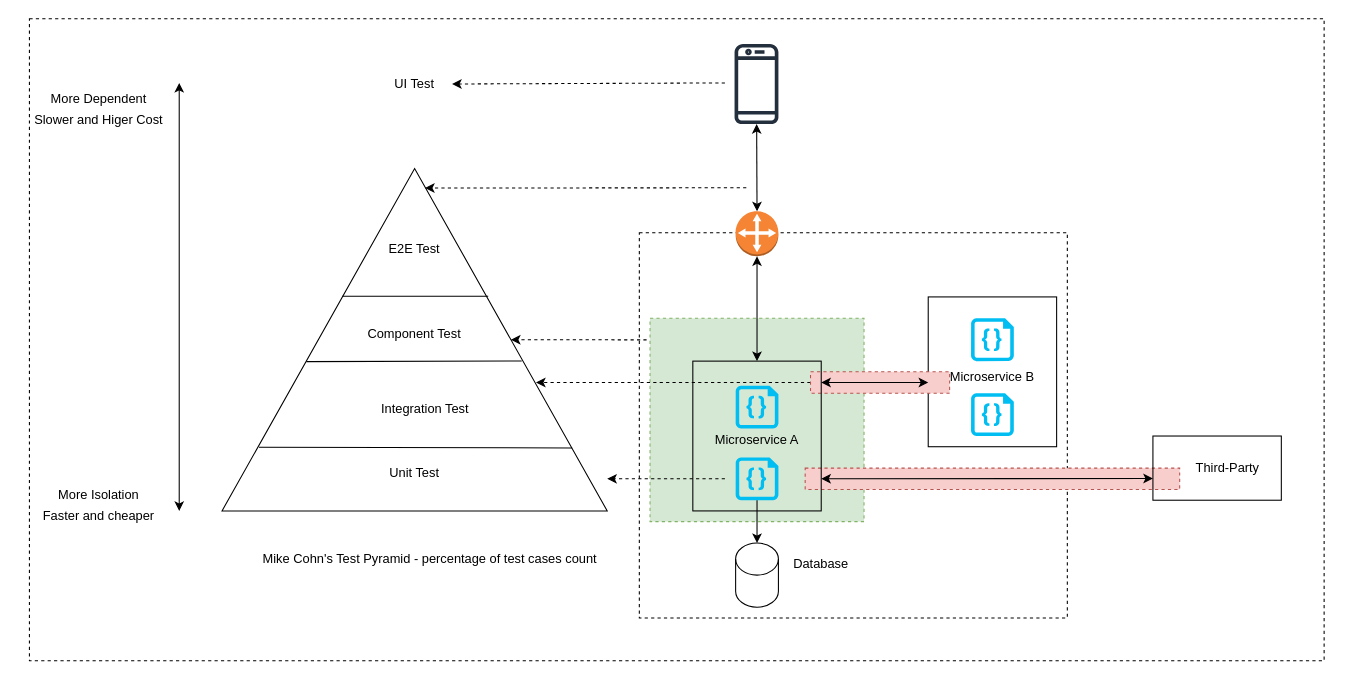
Earlier version of the draw.io diagram page "test levels in microservice testing" (3 of 4) of images/microservice-testing.drawio (josdoaitran/microservices-everything). Source tidied: cells renumbered, new cells numbered last; positions are measured from the earlier drawing's top-left corner, leaving out a move shared by most shapes. Both pictures are drawn from the tidied source at 107%, with x=0, y=0 at pixel (18, 18).
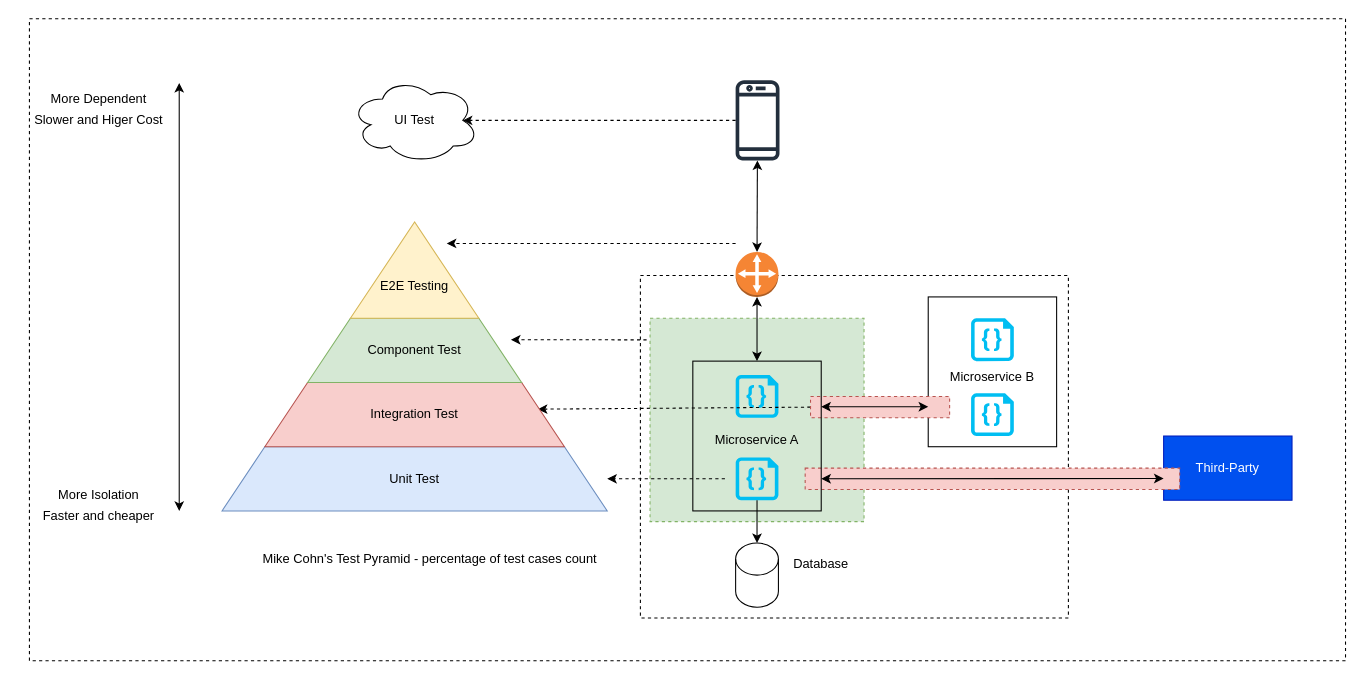
The same diagram, later.

Unchanged cells that the change refers to:
```xml
<mxCell id="4" style="rounded=0;whiteSpace=wrap;html=1;fillColor=#d5e8d4;dashed=1;strokeColor=#82b366;" parent="1" vertex="1">
  <mxGeometry x="590" y="280" width="200" height="190" as="geometry" />
</mxCell>
```

The edit, as a diff of the source:
```diff
@@
     <mxCell id="2" style="rounded=0;whiteSpace=wrap;html=1;dashed=1;fillColor=default;" parent="1" vertex="1">
-      <mxGeometry x="10" width="1210" height="600" as="geometry" />
+      <mxGeometry x="10" width="1230" height="600" as="geometry" />
     </mxCell>
     <mxCell id="3" style="rounded=0;whiteSpace=wrap;html=1;dashed=1;fillColor=none;" parent="1" vertex="1">
-      <mxGeometry x="580" y="200" width="400" height="360" as="geometry" />
+      <mxGeometry x="581" y="240" width="400" height="320" as="geometry" />
     </mxCell>
@@
-    <mxCell id="5" style="triangle;whiteSpace=wrap;html=1;rotation=-90;" parent="1" vertex="1">
-      <mxGeometry x="210" y="120" width="320" height="360" as="geometry" />
-    </mxCell>
-    <mxCell id="6" style="endArrow=none;html=1;exitX=0.186;exitY=0.096;exitDx=0;exitDy=0;exitPerimeter=0;entryX=0.184;entryY=0.909;entryDx=0;entryDy=0;entryPerimeter=0;" parent="1" edge="1" source="5" target="5">
-      <mxGeometry relative="1" as="geometry" />
-    </mxCell>
-    <mxCell id="7" style="endArrow=none;html=1;exitX=0.627;exitY=0.312;exitDx=0;exitDy=0;exitPerimeter=0;entryX=0.627;entryY=0.691;entryDx=0;entryDy=0;entryPerimeter=0;" parent="1" edge="1" source="5" target="5">
-      <mxGeometry relative="1" as="geometry" />
-    </mxCell>
-    <mxCell id="8" value="Unit Test" style="text;html=1;strokeColor=none;fillColor=none;align=center;verticalAlign=middle;whiteSpace=wrap;rounded=0;" parent="1" vertex="1">
-      <mxGeometry x="340" y="410" width="60" height="30" as="geometry" />
-    </mxCell>
-    <mxCell id="9" value="Integration Test" style="text;html=1;strokeColor=none;fillColor=none;align=center;verticalAlign=middle;whiteSpace=wrap;rounded=0;" parent="1" vertex="1">
-      <mxGeometry x="330" y="350" width="100" height="30" as="geometry" />
-    </mxCell>
-    <mxCell id="10" value="E2E Test" style="text;html=1;strokeColor=none;fillColor=none;align=center;verticalAlign=middle;whiteSpace=wrap;rounded=0;" parent="1" vertex="1">
-      <mxGeometry x="320" y="200" width="100" height="30" as="geometry" />
-    </mxCell>
-    <mxCell id="11" value="UI Test" style="text;html=1;strokeColor=none;fillColor=none;align=center;verticalAlign=middle;whiteSpace=wrap;rounded=0;" parent="1" vertex="1">
-      <mxGeometry x="335" y="46" width="70" height="30" as="geometry" />
-    </mxCell>
@@
-    <mxCell id="18" style="endArrow=none;html=1;exitX=0.436;exitY=0.219;exitDx=0;exitDy=0;exitPerimeter=0;entryX=0.438;entryY=0.778;entryDx=0;entryDy=0;entryPerimeter=0;" parent="1" edge="1" source="5" target="5">
-      <mxGeometry relative="1" as="geometry" />
-    </mxCell>
-    <mxCell id="19" value="Component Test" style="text;html=1;strokeColor=none;fillColor=none;align=center;verticalAlign=middle;whiteSpace=wrap;rounded=0;" parent="1" vertex="1">
-      <mxGeometry x="320" y="280" width="100" height="30" as="geometry" />
-    </mxCell>
@@
     <mxCell id="25" style="verticalLabelPosition=bottom;html=1;verticalAlign=top;align=center;strokeColor=none;fillColor=#00BEF2;shape=mxgraph.azure.code_file;" parent="1" vertex="1">
-      <mxGeometry x="670" y="343" width="40" height="40" as="geometry" />
+      <mxGeometry x="670" y="333" width="40" height="40" as="geometry" />
     </mxCell>
@@
-    <mxCell id="29" style="endArrow=classic;html=1;dashed=1;entryX=0.5;entryY=1;entryDx=0;entryDy=0;exitX=-0.016;exitY=0.106;exitDx=0;exitDy=0;exitPerimeter=0;" parent="1" edge="1" source="4" target="5">
-      <mxGeometry relative="1" as="geometry" />
+    <mxCell id="29" style="endArrow=classic;html=1;dashed=1;entryX=0.5;entryY=1;entryDx=0;entryDy=0;exitX=-0.016;exitY=0.106;exitDx=0;exitDy=0;exitPerimeter=0;" parent="1" edge="1" source="4">
+      <mxGeometry relative="1" as="geometry">
+        <mxPoint x="460" y="300" as="targetPoint" />
+      </mxGeometry>
     </mxCell>
-    <mxCell id="30" value="Third-Party" style="text;html=1;strokeColor=none;fillColor=none;align=center;verticalAlign=middle;whiteSpace=wrap;rounded=0;" parent="1" vertex="1">
-      <mxGeometry x="1080" y="405" width="100" height="30" as="geometry" />
-    </mxCell>
-    <mxCell id="31" style="endArrow=classic;html=1;exitX=0;exitY=0.5;exitDx=0;exitDy=0;entryX=0.375;entryY=0.815;entryDx=0;entryDy=0;entryPerimeter=0;dashed=1;" parent="1" edge="1" source="40" target="5">
+    <mxCell id="31" style="endArrow=classic;html=1;exitX=0;exitY=0.5;exitDx=0;exitDy=0;entryX=0.911;entryY=0.415;entryDx=0;entryDy=0;entryPerimeter=0;dashed=1;" parent="1" edge="1" source="40" target="9">
       <mxGeometry relative="1" as="geometry" />
     </mxCell>
     <mxCell id="32" style="outlineConnect=0;dashed=0;verticalLabelPosition=bottom;verticalAlign=top;align=center;html=1;shape=mxgraph.aws3.customer_gateway;fillColor=#F58534;gradientColor=none;" parent="1" vertex="1">
-      <mxGeometry x="670" y="180" width="40" height="42" as="geometry" />
+      <mxGeometry x="670" y="218" width="40" height="42" as="geometry" />
     </mxCell>
     <mxCell id="33" style="sketch=0;outlineConnect=0;fontColor=#232F3E;gradientColor=none;fillColor=#232F3D;strokeColor=none;dashed=0;verticalLabelPosition=bottom;verticalAlign=top;align=center;html=1;fontSize=12;fontStyle=0;shape=mxgraph.aws4.mobile_client;" parent="1" vertex="1">
-      <mxGeometry x="669" y="22" width="41" height="78" as="geometry" />
+      <mxGeometry x="670" y="56" width="41" height="78" as="geometry" />
     </mxCell>
@@
-    <mxCell id="36" style="endArrow=classic;html=1;entryX=0.943;entryY=0.527;entryDx=0;entryDy=0;entryPerimeter=0;dashed=1;" parent="1" edge="1" target="5">
+    <mxCell id="36" style="endArrow=classic;html=1;dashed=1;" parent="1" edge="1">
       <mxGeometry relative="1" as="geometry">
-        <mxPoint x="680" y="158" as="sourcePoint" />
+        <mxPoint x="670" y="210" as="sourcePoint" />
+        <mxPoint x="400" y="210" as="targetPoint" />
       </mxGeometry>
     </mxCell>
-    <mxCell id="37" style="endArrow=classic;html=1;entryX=1;entryY=0.5;entryDx=0;entryDy=0;dashed=1;" parent="1" edge="1" target="11">
-      <mxGeometry relative="1" as="geometry">
-        <mxPoint x="660" y="60" as="sourcePoint" />
-      </mxGeometry>
+    <mxCell id="37" style="endArrow=classic;html=1;entryX=0.875;entryY=0.5;entryDx=0;entryDy=0;dashed=1;entryPerimeter=0;" parent="1" edge="1" source="33" target="11">
+      <mxGeometry relative="1" as="geometry" />
     </mxCell>
@@
     <mxCell id="40" style="rounded=0;whiteSpace=wrap;html=1;fillColor=#f8cecc;dashed=1;strokeColor=#b85450;" parent="1" vertex="1">
-      <mxGeometry x="740" y="330" width="130" height="20" as="geometry" />
+      <mxGeometry x="740" y="353" width="130" height="20" as="geometry" />
     </mxCell>
     <mxCell id="41" style="edgeStyle=none;html=1;startArrow=classic;startFill=1;" parent="1" edge="1">
       <mxGeometry relative="1" as="geometry">
-        <mxPoint x="750" y="340" as="sourcePoint" />
-        <mxPoint x="850" y="340" as="targetPoint" />
+        <mxPoint x="750" y="362.6" as="sourcePoint" />
+        <mxPoint x="850" y="362.6" as="targetPoint" />
       </mxGeometry>
     </mxCell>
+    <mxCell id="44" value="Third-Party" style="rounded=0;whiteSpace=wrap;html=1;fillColor=#0050ef;fontColor=#ffffff;strokeColor=#001DBC;" parent="1" vertex="1">
+      <mxGeometry x="1070" y="390" width="120" height="60" as="geometry" />
+    </mxCell>
@@
+    <mxCell id="45" style="rounded=0;whiteSpace=wrap;html=1;fillColor=none;" parent="1" vertex="1">
+      <mxGeometry x="630" y="320" width="120" height="140" as="geometry" />
+    </mxCell>
+    <mxCell id="8" value="Unit Test" style="shape=trapezoid;perimeter=trapezoidPerimeter;whiteSpace=wrap;html=1;fixedSize=1;fillColor=#dae8fc;strokeColor=#6c8ebf;size=40;" parent="1" vertex="1">
+      <mxGeometry x="190" y="400" width="360" height="60" as="geometry" />
+    </mxCell>
+    <mxCell id="9" value="Integration Test" style="shape=trapezoid;perimeter=trapezoidPerimeter;whiteSpace=wrap;html=1;fixedSize=1;fillColor=#f8cecc;strokeColor=#b85450;size=40;" parent="1" vertex="1">
+      <mxGeometry x="230" y="340" width="280" height="60" as="geometry" />
+    </mxCell>
+    <mxCell id="19" value="Component Test" style="shape=trapezoid;perimeter=trapezoidPerimeter;whiteSpace=wrap;html=1;fixedSize=1;fillColor=#d5e8d4;strokeColor=#82b366;size=40;" parent="1" vertex="1">
+      <mxGeometry x="270" y="280" width="200" height="60" as="geometry" />
+    </mxCell>
+    <mxCell id="46" style="triangle;whiteSpace=wrap;html=1;rotation=-90;fillColor=#fff2cc;strokeColor=#d6b656;" parent="1" vertex="1">
+      <mxGeometry x="325" y="175" width="90" height="120" as="geometry" />
+    </mxCell>
+    <mxCell id="11" value="UI Test" style="ellipse;shape=cloud;whiteSpace=wrap;html=1;" parent="1" vertex="1">
+      <mxGeometry x="310" y="55" width="120" height="80" as="geometry" />
+    </mxCell>
+    <mxCell id="47" value="E2E Testing" style="text;html=1;strokeColor=none;fillColor=none;align=center;verticalAlign=middle;whiteSpace=wrap;rounded=0;" parent="1" vertex="1">
+      <mxGeometry x="330" y="240" width="80" height="20" as="geometry" />
+    </mxCell>
@@
-    <mxCell id="44" style="rounded=0;whiteSpace=wrap;html=1;fillColor=none;" parent="1" vertex="1">
-      <mxGeometry x="1060" y="390" width="120" height="60" as="geometry" />
-    </mxCell>
-    <mxCell id="45" style="rounded=0;whiteSpace=wrap;html=1;fillColor=none;" parent="1" vertex="1">
-      <mxGeometry x="630" y="320" width="120" height="140" as="geometry" />
-    </mxCell>
```
